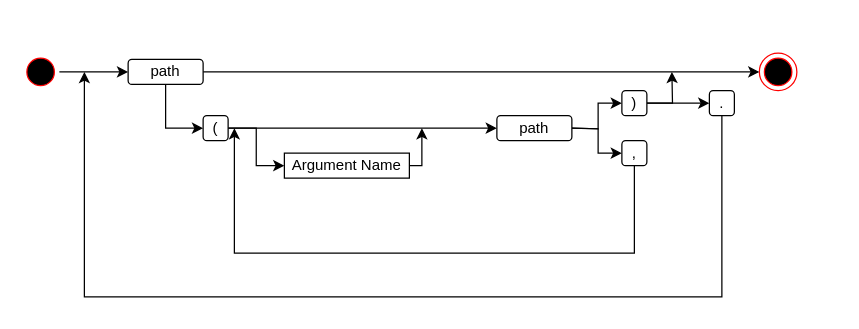
Earlier version of the draw.io diagram page "Expression" (1 of 4) of docs/Untitled Diagram.drawio (JPVenson/morestachio). Source tidied: cells renumbered, new cells numbered last; positions are measured from the earlier drawing's top-left corner, leaving out a move shared by most shapes. Both pictures are drawn from the tidied source at 125%, with x=0, y=0 at pixel (21, 52).
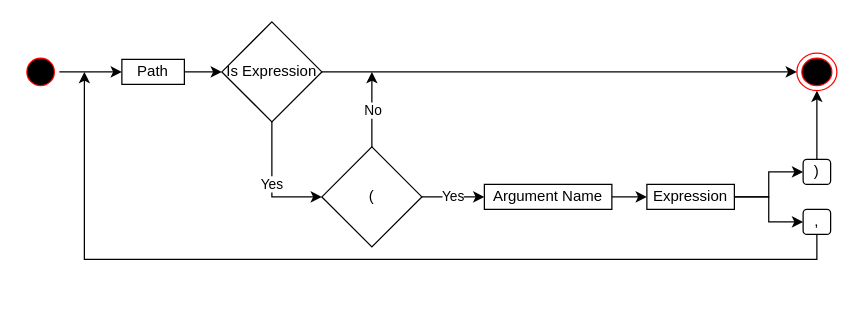
The same page after the edit.

Unchanged cells that the change refers to:
```xml
<mxCell id="3" style="ellipse;html=1;shape=startState;fillColor=#000000;strokeColor=#ff0000;" parent="1" vertex="1">
  <mxGeometry width="30" height="30" as="geometry" />
</mxCell>
```

The edit, as a diff of the source:
```diff
@@
-    <mxCell id="2" style="edgeStyle=orthogonalEdgeStyle;rounded=0;jettySize=auto;html=1;" parent="1" edge="1" source="3" target="18">
-      <mxGeometry relative="1" as="geometry" />
-    </mxCell>
+    <mxCell id="23" style="edgeStyle=orthogonalEdgeStyle;rounded=0;jettySize=auto;html=1;entryX=0;entryY=0.5;entryDx=0;entryDy=0;" parent="1" edge="1" source="3" target="32">
+      <mxGeometry relative="1" as="geometry" />
+    </mxCell>
@@
     <mxCell id="4" style="ellipse;html=1;shape=endState;fillColor=#000000;strokeColor=#ff0000;" parent="1" vertex="1">
-      <mxGeometry x="590" width="30" height="30" as="geometry" />
+      <mxGeometry x="620" width="32" height="30" as="geometry" />
     </mxCell>
-    <mxCell id="5" style="edgeStyle=orthogonalEdgeStyle;rounded=0;jettySize=auto;html=1;entryX=0;entryY=0.5;entryDx=0;entryDy=0;" parent="1" edge="1" source="7" target="10">
-      <mxGeometry relative="1" as="geometry" />
-    </mxCell>
+    <mxCell id="24" style="edgeStyle=orthogonalEdgeStyle;rounded=0;jettySize=auto;html=1;entryX=0.5;entryY=1;entryDx=0;entryDy=0;" parent="1" edge="1" source="13" target="4">
+      <mxGeometry relative="1" as="geometry" />
+    </mxCell>
+    <mxCell id="13" value=")" style="rounded=1;whiteSpace=wrap;html=1;" parent="1" vertex="1">
+      <mxGeometry x="625" y="85" width="22" height="20" as="geometry" />
+    </mxCell>
+    <mxCell id="25" style="edgeStyle=orthogonalEdgeStyle;rounded=0;jettySize=auto;html=1;exitX=0.5;exitY=1;exitDx=0;exitDy=0;" parent="1" edge="1" source="15">
+      <mxGeometry relative="1" as="geometry">
+        <mxPoint x="50" y="15" as="targetPoint" />
+        <Array as="points">
+          <mxPoint x="636" y="165" />
+          <mxPoint x="50" y="165" />
+        </Array>
+      </mxGeometry>
+    </mxCell>
+    <mxCell id="15" value="," style="rounded=1;whiteSpace=wrap;html=1;" parent="1" vertex="1">
+      <mxGeometry x="625" y="125" width="22" height="20" as="geometry" />
+    </mxCell>
+    <mxCell id="26" style="edgeStyle=orthogonalEdgeStyle;rounded=0;jettySize=auto;html=1;entryX=0;entryY=0.5;entryDx=0;entryDy=0;" parent="1" edge="1" source="20" target="35">
+      <mxGeometry relative="1" as="geometry" />
+    </mxCell>
+    <mxCell id="20" value="Argument Name" style="rounded=0;whiteSpace=wrap;html=1;" parent="1" vertex="1">
+      <mxGeometry x="370" y="105" width="102" height="20" as="geometry" />
+    </mxCell>
+    <mxCell id="27" value="Yes" style="edgeStyle=orthogonalEdgeStyle;rounded=0;jettySize=auto;html=1;exitX=0.5;exitY=1;exitDx=0;exitDy=0;entryX=0;entryY=0.5;entryDx=0;entryDy=0;" parent="1" edge="1" source="29" target="7">
+      <mxGeometry relative="1" as="geometry" />
+    </mxCell>
+    <mxCell id="28" style="edgeStyle=orthogonalEdgeStyle;rounded=0;jettySize=auto;html=1;entryX=0;entryY=0.5;entryDx=0;entryDy=0;" parent="1" edge="1" source="29" target="4">
+      <mxGeometry relative="1" as="geometry" />
+    </mxCell>
+    <mxCell id="29" value="Is Expression" style="rhombus;whiteSpace=wrap;html=1;" parent="1" vertex="1">
+      <mxGeometry x="160" y="-25" width="80" height="80" as="geometry" />
+    </mxCell>
+    <mxCell id="30" value="No" style="edgeStyle=orthogonalEdgeStyle;rounded=0;jettySize=auto;html=1;" parent="1" edge="1" source="7">
+      <mxGeometry relative="1" as="geometry">
+        <mxPoint x="280" y="15" as="targetPoint" />
+      </mxGeometry>
+    </mxCell>
-    <mxCell id="6" style="edgeStyle=orthogonalEdgeStyle;rounded=0;jettySize=auto;html=1;entryX=0;entryY=0.5;entryDx=0;entryDy=0;" parent="1" edge="1" source="7" target="20">
+    <mxCell id="6" value="Yes" style="edgeStyle=orthogonalEdgeStyle;rounded=0;jettySize=auto;html=1;entryX=0;entryY=0.5;entryDx=0;entryDy=0;" parent="1" edge="1" source="7" target="20">
       <mxGeometry relative="1" as="geometry" />
     </mxCell>
-    <mxCell id="7" value="(" style="rounded=1;whiteSpace=wrap;html=1;" parent="1" vertex="1">
-      <mxGeometry x="145" y="50" width="20" height="20" as="geometry" />
+    <mxCell id="7" value="(" style="rhombus;whiteSpace=wrap;html=1;" parent="1" vertex="1">
+      <mxGeometry x="240" y="75" width="80" height="80" as="geometry" />
     </mxCell>
-    <mxCell id="8" style="edgeStyle=orthogonalEdgeStyle;rounded=0;jettySize=auto;html=1;entryX=0;entryY=0.5;entryDx=0;entryDy=0;" parent="1" edge="1" target="13">
-      <mxGeometry relative="1" as="geometry">
-        <mxPoint x="440" y="60" as="sourcePoint" />
-      </mxGeometry>
-    </mxCell>
-    <mxCell id="9" style="edgeStyle=orthogonalEdgeStyle;rounded=0;jettySize=auto;html=1;entryX=0;entryY=0.5;entryDx=0;entryDy=0;" parent="1" edge="1" target="15">
-      <mxGeometry relative="1" as="geometry">
-        <mxPoint x="440" y="60" as="sourcePoint" />
-      </mxGeometry>
-    </mxCell>
-    <mxCell id="10" value="path" style="rounded=1;whiteSpace=wrap;html=1;" parent="1" vertex="1">
-      <mxGeometry x="380" y="50" width="60" height="20" as="geometry" />
-    </mxCell>
-    <mxCell id="11" style="edgeStyle=orthogonalEdgeStyle;rounded=0;jettySize=auto;html=1;" parent="1" edge="1" source="13">
-      <mxGeometry relative="1" as="geometry">
-        <mxPoint x="520" y="15" as="targetPoint" />
-      </mxGeometry>
-    </mxCell>
-    <mxCell id="12" style="edgeStyle=orthogonalEdgeStyle;rounded=0;jettySize=auto;html=1;entryX=0;entryY=0.5;entryDx=0;entryDy=0;" parent="1" edge="1" source="13" target="22">
-      <mxGeometry relative="1" as="geometry" />
-    </mxCell>
-    <mxCell id="13" value=")" style="rounded=1;whiteSpace=wrap;html=1;" parent="1" vertex="1">
-      <mxGeometry x="480" y="30" width="20" height="20" as="geometry" />
-    </mxCell>
-    <mxCell id="14" style="edgeStyle=orthogonalEdgeStyle;rounded=0;jettySize=auto;html=1;" parent="1" edge="1" source="15">
-      <mxGeometry relative="1" as="geometry">
-        <mxPoint x="170" y="60" as="targetPoint" />
-        <Array as="points">
-          <mxPoint x="490" y="160" />
-          <mxPoint x="170" y="160" />
-        </Array>
-      </mxGeometry>
-    </mxCell>
-    <mxCell id="15" value="," style="rounded=1;whiteSpace=wrap;html=1;" parent="1" vertex="1">
-      <mxGeometry x="480" y="70" width="20" height="20" as="geometry" />
-    </mxCell>
-    <mxCell id="16" style="edgeStyle=orthogonalEdgeStyle;rounded=0;jettySize=auto;html=1;entryX=0;entryY=0.5;entryDx=0;entryDy=0;" parent="1" edge="1" source="18" target="4">
-      <mxGeometry relative="1" as="geometry">
-        <Array as="points">
-          <mxPoint x="500" y="15" />
-        </Array>
-      </mxGeometry>
-    </mxCell>
-    <mxCell id="17" style="edgeStyle=orthogonalEdgeStyle;rounded=0;jettySize=auto;html=1;entryX=0;entryY=0.5;entryDx=0;entryDy=0;" parent="1" edge="1" source="18" target="7">
-      <mxGeometry relative="1" as="geometry" />
-    </mxCell>
-    <mxCell id="18" value="path" style="rounded=1;whiteSpace=wrap;html=1;glass=0;sketch=0;shadow=0;" parent="1" vertex="1">
-      <mxGeometry x="85" y="5" width="60" height="20" as="geometry" />
-    </mxCell>
-    <mxCell id="19" style="edgeStyle=orthogonalEdgeStyle;rounded=0;jettySize=auto;html=1;" parent="1" edge="1" source="20">
-      <mxGeometry relative="1" as="geometry">
-        <mxPoint x="320" y="60" as="targetPoint" />
-        <Array as="points">
-          <mxPoint x="320" y="90" />
-        </Array>
-      </mxGeometry>
-    </mxCell>
-    <mxCell id="20" value="Argument Name" style="rounded=0;whiteSpace=wrap;html=1;" parent="1" vertex="1">
-      <mxGeometry x="210" y="80" width="100" height="20" as="geometry" />
-    </mxCell>
-    <mxCell id="21" style="edgeStyle=orthogonalEdgeStyle;rounded=0;jettySize=auto;html=1;exitX=0.5;exitY=1;exitDx=0;exitDy=0;" parent="1" edge="1" source="22">
-      <mxGeometry relative="1" as="geometry">
-        <mxPoint x="50" y="15" as="targetPoint" />
-        <Array as="points">
-          <mxPoint x="560" y="195" />
-          <mxPoint x="50" y="195" />
-        </Array>
-      </mxGeometry>
-    </mxCell>
-    <mxCell id="22" value="." style="rounded=1;whiteSpace=wrap;html=1;" parent="1" vertex="1">
-      <mxGeometry x="550" y="30" width="20" height="20" as="geometry" />
-    </mxCell>
+    <mxCell id="31" style="edgeStyle=orthogonalEdgeStyle;rounded=0;jettySize=auto;html=1;entryX=0;entryY=0.5;entryDx=0;entryDy=0;" parent="1" edge="1" source="32" target="29">
+      <mxGeometry relative="1" as="geometry" />
+    </mxCell>
+    <mxCell id="32" value="Path" style="rounded=0;whiteSpace=wrap;html=1;" parent="1" vertex="1">
+      <mxGeometry x="80" y="5" width="50" height="20" as="geometry" />
+    </mxCell>
+    <mxCell id="33" style="edgeStyle=orthogonalEdgeStyle;rounded=0;jettySize=auto;html=1;entryX=0;entryY=0.5;entryDx=0;entryDy=0;" parent="1" edge="1" source="35" target="13">
+      <mxGeometry relative="1" as="geometry" />
+    </mxCell>
+    <mxCell id="34" style="edgeStyle=orthogonalEdgeStyle;rounded=0;jettySize=auto;html=1;entryX=0;entryY=0.5;entryDx=0;entryDy=0;" parent="1" edge="1" source="35" target="15">
+      <mxGeometry relative="1" as="geometry" />
+    </mxCell>
+    <mxCell id="35" value="Expression" style="rounded=0;whiteSpace=wrap;html=1;" parent="1" vertex="1">
+      <mxGeometry x="500" y="105" width="70" height="20" as="geometry" />
+    </mxCell>
```
